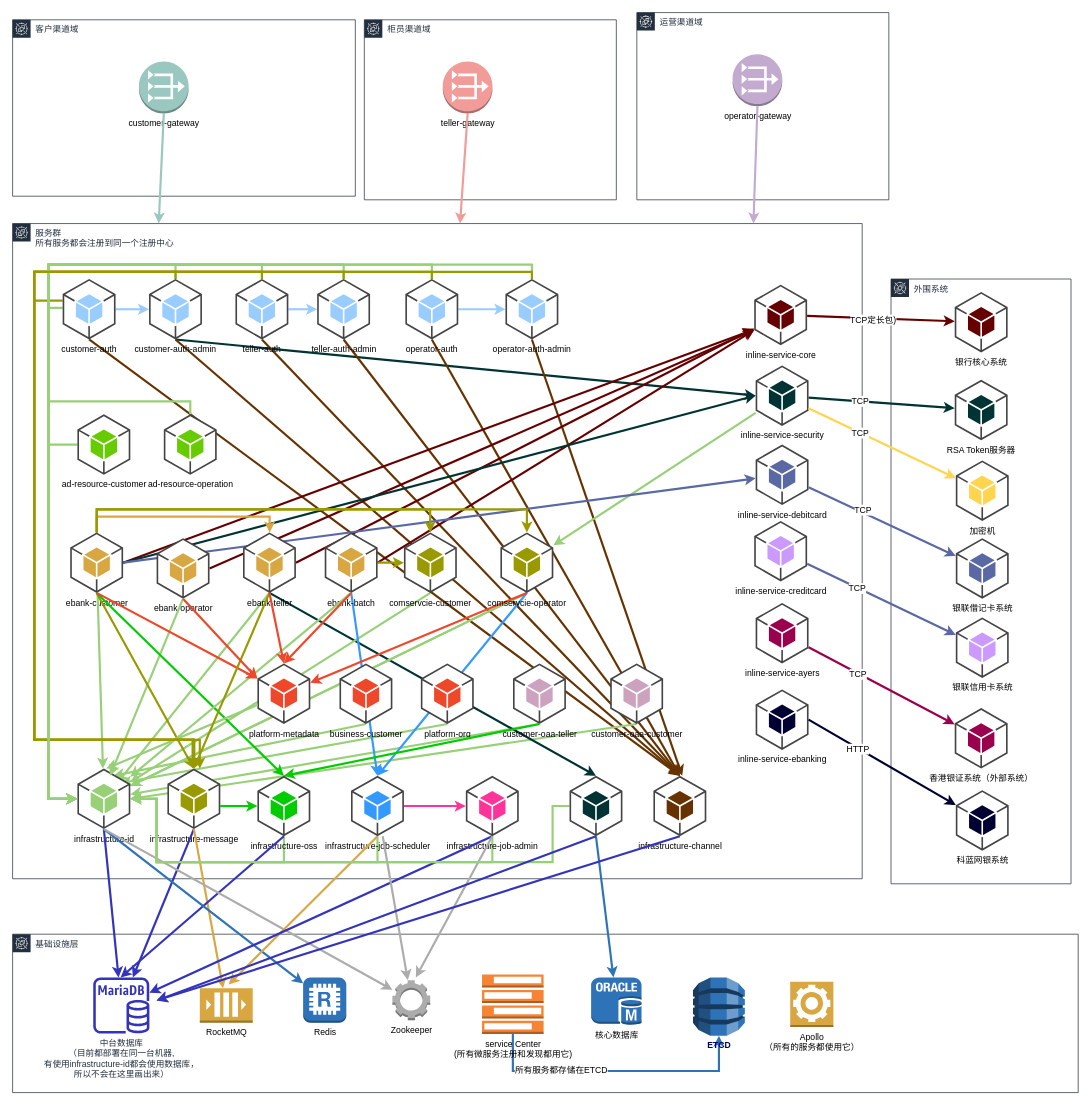
Before: 服务拓扑图.drawio in sam1982/draw, a draw.io diagram. Source tidied: cells renumbered, new cells numbered last; positions are measured from the earlier drawing's top-left corner, leaving out a move shared by most shapes. Both pictures are drawn from the tidied source at 72%, with x=0, y=0 at pixel (12, 12).
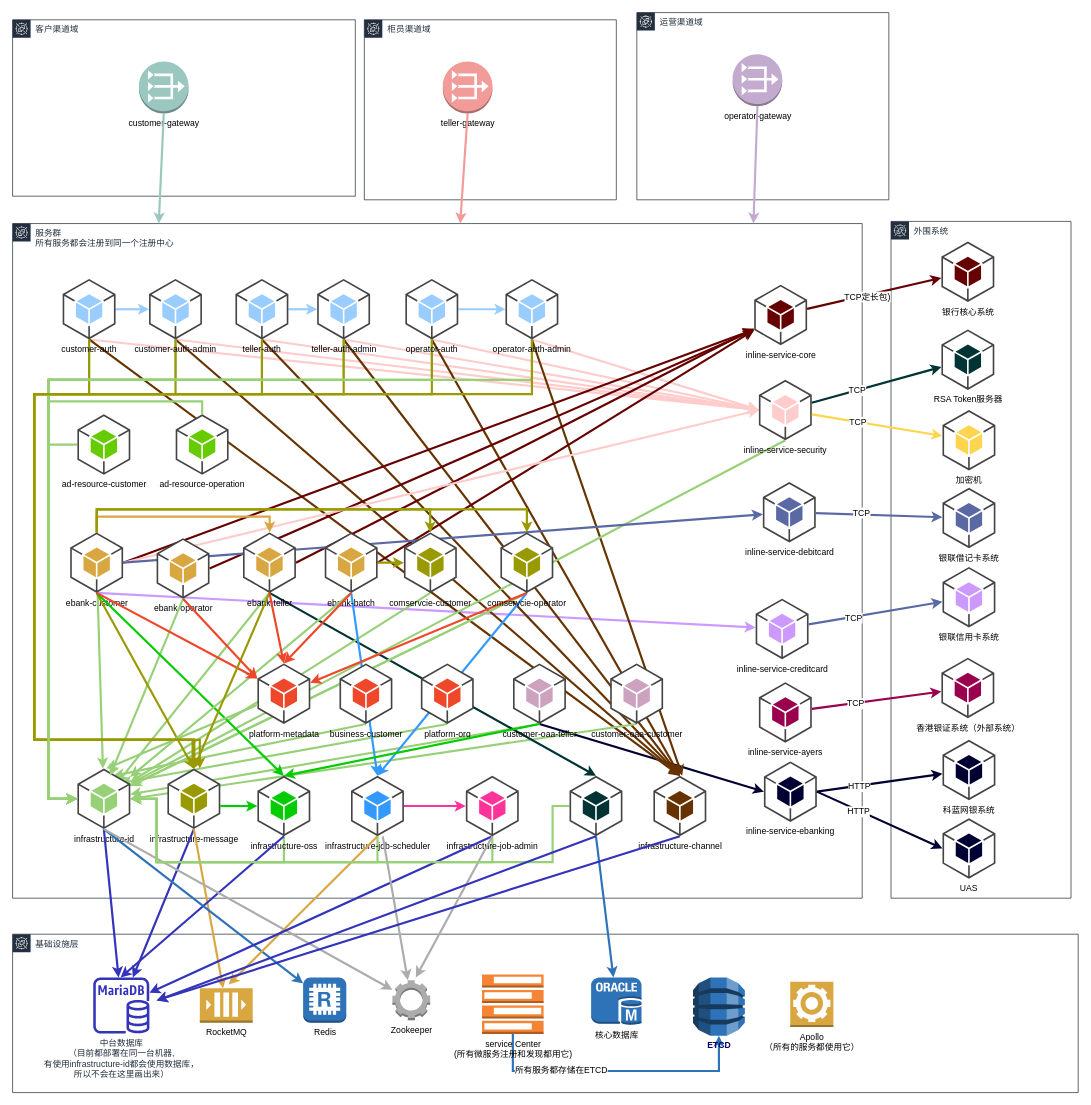
The same page after the edit.

Commit message (it also covers changes not shown here):
更新服务拓扑图.drawio

Unchanged cells that the change refers to:
```xml
<mxCell id="33" value="infrastructure-id" style="outlineConnect=0;dashed=0;verticalLabelPosition=bottom;verticalAlign=top;align=center;html=1;shape=mxgraph.aws3.android;fillColor=#97D077;gradientColor=none;strokeColor=#CCE5FF;" parent="1" vertex="1">
  <mxGeometry x="90" y="1050" width="73.5" height="84" as="geometry" />
</mxCell>
<mxCell id="35" value="infrastructure-message" style="outlineConnect=0;dashed=0;verticalLabelPosition=bottom;verticalAlign=top;align=center;html=1;shape=mxgraph.aws3.android;fillColor=#999900;gradientColor=none;strokeColor=#CCE5FF;" parent="1" vertex="1">
  <mxGeometry x="215" y="1050" width="73.5" height="84" as="geometry" />
</mxCell>
<mxCell id="64" value="ebank-customer" style="outlineConnect=0;dashed=0;verticalLabelPosition=bottom;verticalAlign=top;align=center;html=1;shape=mxgraph.aws3.android;fillColor=#D9A741;strokeColor=#d79b00;" parent="1" vertex="1">
  <mxGeometry x="80" y="722" width="73.5" height="84" as="geometry" />
</mxCell>
<mxCell id="105" value="customer-oaa-teller" style="outlineConnect=0;dashed=0;verticalLabelPosition=bottom;verticalAlign=top;align=center;html=1;shape=mxgraph.aws3.android;fillColor=#CDA2BE;strokeColor=#d79b00;" parent="1" vertex="1">
  <mxGeometry x="695" y="904" width="73.5" height="84" as="geometry" />
</mxCell>
<mxCell id="125" value="customer-auth" style="outlineConnect=0;dashed=0;verticalLabelPosition=bottom;verticalAlign=top;align=center;html=1;shape=mxgraph.aws3.android;fillColor=#99CCFF;gradientColor=none;strokeColor=#CCE5FF;" parent="1" vertex="1">
  <mxGeometry x="69.5" y="370" width="73.5" height="84" as="geometry" />
</mxCell>
<mxCell id="128" value="customer-auth-admin" style="outlineConnect=0;dashed=0;verticalLabelPosition=bottom;verticalAlign=top;align=center;html=1;shape=mxgraph.aws3.android;fillColor=#99CCFF;gradientColor=none;strokeColor=#CCE5FF;" parent="1" vertex="1">
  <mxGeometry x="189.5" y="370" width="73.5" height="84" as="geometry" />
</mxCell>
<mxCell id="132" value="teller-auth" style="outlineConnect=0;dashed=0;verticalLabelPosition=bottom;verticalAlign=top;align=center;html=1;shape=mxgraph.aws3.android;fillColor=#99CCFF;gradientColor=none;strokeColor=#CCE5FF;" parent="1" vertex="1">
  <mxGeometry x="309.5" y="370" width="73.5" height="84" as="geometry" />
</mxCell>
<mxCell id="135" value="teller-auth-admin" style="outlineConnect=0;dashed=0;verticalLabelPosition=bottom;verticalAlign=top;align=center;html=1;shape=mxgraph.aws3.android;fillColor=#99CCFF;gradientColor=none;strokeColor=#CCE5FF;" parent="1" vertex="1">
  <mxGeometry x="423" y="370" width="73.5" height="84" as="geometry" />
</mxCell>
<mxCell id="139" value="operator-auth" style="outlineConnect=0;dashed=0;verticalLabelPosition=bottom;verticalAlign=top;align=center;html=1;shape=mxgraph.aws3.android;fillColor=#99CCFF;gradientColor=none;strokeColor=#CCE5FF;" parent="1" vertex="1">
  <mxGeometry x="545.5" y="370" width="73.5" height="84" as="geometry" />
</mxCell>
<mxCell id="142" value="operator-auth-admin" style="outlineConnect=0;dashed=0;verticalLabelPosition=bottom;verticalAlign=top;align=center;html=1;shape=mxgraph.aws3.android;fillColor=#99CCFF;gradientColor=none;strokeColor=#CCE5FF;" parent="1" vertex="1">
  <mxGeometry x="684.5" y="370" width="73.5" height="84" as="geometry" />
</mxCell>
<mxCell id="145" value="comservcie-operator" style="outlineConnect=0;dashed=0;verticalLabelPosition=bottom;verticalAlign=top;align=center;html=1;shape=mxgraph.aws3.android;fillColor=#999900;strokeColor=#d79b00;" parent="1" vertex="1">
  <mxGeometry x="677.5" y="722" width="73.5" height="84" as="geometry" />
</mxCell>
```

The edit, as a diff of the source:
```diff
@@
     <mxCell id="2" value="&lt;div&gt;服务群&lt;/div&gt;&lt;div&gt;所有服务都会注册到同一个注册中心&lt;br&gt;&lt;/div&gt;" style="outlineConnect=0;gradientColor=none;html=1;whiteSpace=wrap;fontSize=12;fontStyle=0;shape=mxgraph.aws4.group;grIcon=mxgraph.aws4.group_spot_fleet;strokeColor=#232F3E;fillColor=none;verticalAlign=top;align=left;spacingLeft=30;fontColor=#232F3E;dashed=0;" parent="1" vertex="1">
-      <mxGeometry y="293" width="1180" height="910" as="geometry" />
+      <mxGeometry y="293" width="1180" height="937" as="geometry" />
     </mxCell>
+    <mxCell id="155" style="endArrow=classic;html=1;strokeColor=#000033;strokeWidth=3;exitX=0.5;exitY=1;exitDx=0;exitDy=0;exitPerimeter=0;entryX=0;entryY=0.5;entryDx=0;entryDy=0;entryPerimeter=0;" parent="1" edge="1" source="105" target="100">
+      <mxGeometry relative="1" as="geometry" />
+    </mxCell>
+    <mxCell id="156" style="endArrow=classic;html=1;strokeColor=#CC99FF;strokeWidth=3;exitX=0.5;exitY=1;exitDx=0;exitDy=0;exitPerimeter=0;" parent="1" edge="1" source="64" target="101">
+      <mxGeometry relative="1" as="geometry" />
+    </mxCell>
+    <mxCell id="157" style="endArrow=classic;html=1;strokeColor=#FFCCCC;strokeWidth=3;entryX=0;entryY=0.5;entryDx=0;entryDy=0;entryPerimeter=0;exitX=0.5;exitY=1;exitDx=0;exitDy=0;exitPerimeter=0;" parent="1" edge="1" source="125" target="47">
+      <mxGeometry relative="1" as="geometry" />
+    </mxCell>
-    <mxCell id="3" style="endArrow=classic;html=1;strokeColor=#003333;strokeWidth=3;exitX=0.5;exitY=1;exitDx=0;exitDy=0;exitPerimeter=0;entryX=0;entryY=0.5;entryDx=0;entryDy=0;entryPerimeter=0;" parent="1" edge="1" source="128" target="47">
+    <mxCell id="3" style="endArrow=classic;html=1;strokeColor=#FFCCCC;strokeWidth=3;exitX=0.5;exitY=1;exitDx=0;exitDy=0;exitPerimeter=0;entryX=0;entryY=0.5;entryDx=0;entryDy=0;entryPerimeter=0;" parent="1" edge="1" source="128" target="47">
       <mxGeometry relative="1" as="geometry" />
     </mxCell>
+    <mxCell id="158" style="endArrow=classic;html=1;strokeColor=#FFCCCC;strokeWidth=3;exitX=0.5;exitY=1;exitDx=0;exitDy=0;exitPerimeter=0;entryX=0;entryY=0.5;entryDx=0;entryDy=0;entryPerimeter=0;" parent="1" edge="1" source="132" target="47">
+      <mxGeometry relative="1" as="geometry" />
+    </mxCell>
+    <mxCell id="159" style="endArrow=classic;html=1;strokeColor=#FFCCCC;strokeWidth=3;exitX=0.5;exitY=1;exitDx=0;exitDy=0;exitPerimeter=0;entryX=0;entryY=0.5;entryDx=0;entryDy=0;entryPerimeter=0;" parent="1" edge="1" source="135" target="47">
+      <mxGeometry relative="1" as="geometry" />
+    </mxCell>
+    <mxCell id="160" style="endArrow=classic;html=1;strokeColor=#FFCCCC;strokeWidth=3;exitX=0.5;exitY=1;exitDx=0;exitDy=0;exitPerimeter=0;entryX=0;entryY=0.5;entryDx=0;entryDy=0;entryPerimeter=0;" parent="1" edge="1" source="139" target="47">
+      <mxGeometry relative="1" as="geometry" />
+    </mxCell>
+    <mxCell id="161" style="endArrow=classic;html=1;strokeColor=#FFCCCC;strokeWidth=3;exitX=0.5;exitY=1;exitDx=0;exitDy=0;exitPerimeter=0;entryX=0;entryY=0.5;entryDx=0;entryDy=0;entryPerimeter=0;" parent="1" edge="1" source="142" target="47">
+      <mxGeometry relative="1" as="geometry" />
+    </mxCell>
@@
-    <mxCell id="17" style="endArrow=classic;html=1;strokeColor=#003333;strokeWidth=3;exitX=1;exitY=0.5;exitDx=0;exitDy=0;exitPerimeter=0;entryX=0;entryY=0.5;entryDx=0;entryDy=0;entryPerimeter=0;" parent="1" edge="1" source="64" target="47">
+    <mxCell id="17" style="endArrow=classic;html=1;strokeColor=#FFCCCC;strokeWidth=3;exitX=1;exitY=0.5;exitDx=0;exitDy=0;exitPerimeter=0;entryX=0;entryY=0.5;entryDx=0;entryDy=0;entryPerimeter=0;" parent="1" edge="1" source="64" target="47">
       <mxGeometry relative="1" as="geometry" />
     </mxCell>
-    <mxCell id="18" style="endArrow=classic;html=1;strokeColor=#97D077;strokeWidth=3;" parent="1" edge="1" source="47" target="145">
+    <mxCell id="18" style="endArrow=classic;html=1;strokeColor=#97D077;strokeWidth=3;entryX=1;entryY=0.25;entryDx=0;entryDy=0;entryPerimeter=0;exitX=0.5;exitY=1;exitDx=0;exitDy=0;exitPerimeter=0;" parent="1" edge="1" source="47" target="33">
       <mxGeometry relative="1" as="geometry" />
     </mxCell>
@@
-    <mxCell id="47" value="inline-service-security" style="outlineConnect=0;dashed=0;verticalLabelPosition=bottom;verticalAlign=top;align=center;html=1;shape=mxgraph.aws3.android;fillColor=#003333;gradientColor=none;strokeColor=#CCE5FF;" parent="1" vertex="1">
-      <mxGeometry x="1032" y="490" width="73.5" height="84" as="geometry" />
+    <mxCell id="47" value="inline-service-security" style="outlineConnect=0;dashed=0;verticalLabelPosition=bottom;verticalAlign=top;align=center;html=1;shape=mxgraph.aws3.android;fillColor=#FFCCCC;gradientColor=none;strokeColor=#CCE5FF;" parent="1" vertex="1">
+      <mxGeometry x="1036.5" y="510" width="73.5" height="84" as="geometry" />
     </mxCell>
     <mxCell id="48" value="外围系统" style="gradientColor=none;html=1;whiteSpace=wrap;fontSize=12;fontStyle=0;shape=mxgraph.aws4.group;grIcon=mxgraph.aws4.group_spot_fleet;strokeColor=#232F3E;fillColor=none;verticalAlign=top;align=left;spacingLeft=30;fontColor=#232F3E;dashed=0;" parent="1" vertex="1">
-      <mxGeometry x="1220" y="370" width="250" height="840" as="geometry" />
+      <mxGeometry x="1220" y="290" width="250" height="940" as="geometry" />
     </mxCell>
     <mxCell id="49" value="银行核心系统" style="outlineConnect=0;dashed=0;verticalLabelPosition=bottom;verticalAlign=top;align=center;html=1;shape=mxgraph.aws3.android;fillColor=#660000;gradientColor=none;strokeColor=#CCE5FF;" parent="1" vertex="1">
-      <mxGeometry x="1308.5" y="388" width="73.5" height="84" as="geometry" />
+      <mxGeometry x="1290" y="318" width="73.5" height="84" as="geometry" />
     </mxCell>
     <mxCell id="50" value="加密机" style="outlineConnect=0;dashed=0;verticalLabelPosition=bottom;verticalAlign=top;align=center;html=1;shape=mxgraph.aws3.android;fillColor=#FFD44F;gradientColor=none;strokeColor=#CCE5FF;" parent="1" vertex="1">
-      <mxGeometry x="1310" y="622" width="73.5" height="84" as="geometry" />
+      <mxGeometry x="1291.5" y="552" width="73.5" height="84" as="geometry" />
     </mxCell>
@@
     <mxCell id="58" value="银联借记卡系统" style="outlineConnect=0;dashed=0;verticalLabelPosition=bottom;verticalAlign=top;align=center;html=1;shape=mxgraph.aws3.android;fillColor=#5A69A4;gradientColor=none;strokeColor=#CCE5FF;" parent="1" vertex="1">
-      <mxGeometry x="1310" y="730" width="73.5" height="84" as="geometry" />
+      <mxGeometry x="1291.5" y="660" width="73.5" height="84" as="geometry" />
     </mxCell>
@@
     <mxCell id="91" value="inline-service-debitcard" style="outlineConnect=0;dashed=0;verticalLabelPosition=bottom;verticalAlign=top;align=center;html=1;shape=mxgraph.aws3.android;fillColor=#5A69A4;gradientColor=none;strokeColor=#CCE5FF;" parent="1" vertex="1">
-      <mxGeometry x="1032" y="600" width="73.5" height="84" as="geometry" />
+      <mxGeometry x="1042" y="652" width="73.5" height="84" as="geometry" />
     </mxCell>
@@
     <mxCell id="100" value="inline-service-ebanking" style="outlineConnect=0;dashed=0;verticalLabelPosition=bottom;verticalAlign=top;align=center;html=1;shape=mxgraph.aws3.android;fillColor=#000033;gradientColor=none;strokeColor=#CCE5FF;" parent="1" vertex="1">
-      <mxGeometry x="1032" y="940" width="73.5" height="84" as="geometry" />
+      <mxGeometry x="1043.5" y="1040" width="73.5" height="84" as="geometry" />
     </mxCell>
     <mxCell id="101" value="inline-service-creditcard" style="outlineConnect=0;dashed=0;verticalLabelPosition=bottom;verticalAlign=top;align=center;html=1;shape=mxgraph.aws3.android;fillColor=#CC99FF;gradientColor=none;strokeColor=#CCE5FF;" parent="1" vertex="1">
-      <mxGeometry x="1030" y="706" width="73.5" height="84" as="geometry" />
+      <mxGeometry x="1032" y="814" width="73.5" height="84" as="geometry" />
     </mxCell>
@@
     <mxCell id="103" value="inline-service-ayers" style="outlineConnect=0;dashed=0;verticalLabelPosition=bottom;verticalAlign=top;align=center;html=1;shape=mxgraph.aws3.android;fillColor=#99004D;gradientColor=none;strokeColor=#CCE5FF;" parent="1" vertex="1">
-      <mxGeometry x="1032" y="820" width="73.5" height="84" as="geometry" />
+      <mxGeometry x="1036.5" y="930" width="73.5" height="84" as="geometry" />
     </mxCell>
     <mxCell id="104" value="银联信用卡系统" style="outlineConnect=0;dashed=0;verticalLabelPosition=bottom;verticalAlign=top;align=center;html=1;shape=mxgraph.aws3.android;fillColor=#CC99FF;gradientColor=none;strokeColor=#CCE5FF;" parent="1" vertex="1">
-      <mxGeometry x="1310" y="840" width="73.5" height="84" as="geometry" />
+      <mxGeometry x="1291.5" y="770" width="73.5" height="84" as="geometry" />
     </mxCell>
@@
     <mxCell id="108" value="香港银证系统（外部系统）" style="outlineConnect=0;dashed=0;verticalLabelPosition=bottom;verticalAlign=top;align=center;html=1;shape=mxgraph.aws3.android;fillColor=#99004D;gradientColor=none;strokeColor=#CCE5FF;" parent="1" vertex="1">
-      <mxGeometry x="1308.5" y="966" width="73.5" height="84" as="geometry" />
+      <mxGeometry x="1290" y="896" width="73.5" height="84" as="geometry" />
     </mxCell>
@@
     <mxCell id="115" value="科蓝网银系统" style="outlineConnect=0;dashed=0;verticalLabelPosition=bottom;verticalAlign=top;align=center;html=1;shape=mxgraph.aws3.android;fillColor=#000033;gradientColor=none;strokeColor=#CCE5FF;" parent="1" vertex="1">
-      <mxGeometry x="1310" y="1080" width="73.5" height="84" as="geometry" />
+      <mxGeometry x="1291.5" y="1010" width="73.5" height="84" as="geometry" />
     </mxCell>
+    <mxCell id="162" value="UAS" style="outlineConnect=0;dashed=0;verticalLabelPosition=bottom;verticalAlign=top;align=center;html=1;shape=mxgraph.aws3.android;fillColor=#000033;gradientColor=none;strokeColor=#CCE5FF;" parent="1" vertex="1">
+      <mxGeometry x="1291.5" y="1119" width="73.5" height="84" as="geometry" />
+    </mxCell>
@@
     <mxCell id="118" value="RSA Token服务器" style="outlineConnect=0;dashed=0;verticalLabelPosition=bottom;verticalAlign=top;align=center;html=1;shape=mxgraph.aws3.android;fillColor=#003333;gradientColor=none;strokeColor=#CCE5FF;" parent="1" vertex="1">
-      <mxGeometry x="1308.5" y="510" width="73.5" height="84" as="geometry" />
+      <mxGeometry x="1290" y="440" width="73.5" height="84" as="geometry" />
     </mxCell>
@@
     <mxCell id="122" style="edgeStyle=orthogonalEdgeStyle;rounded=0;jettySize=auto;html=1;strokeColor=#97D077;strokeWidth=3;" parent="1" edge="1" source="125" target="33">
       <mxGeometry relative="1" as="geometry">
         <Array as="points">
-          <mxPoint x="117" y="410" />
-          <mxPoint x="50" y="410" />
+          <mxPoint x="106" y="510" />
+          <mxPoint x="50" y="510" />
           <mxPoint x="50" y="1092" />
         </Array>
       </mxGeometry>
     </mxCell>
     <mxCell id="123" style="edgeStyle=orthogonalEdgeStyle;rounded=0;jettySize=auto;html=1;strokeColor=#999900;strokeWidth=3;" parent="1" edge="1" source="125">
       <mxGeometry relative="1" as="geometry">
         <mxPoint x="260" y="1050" as="targetPoint" />
         <Array as="points">
-          <mxPoint x="117" y="400" />
-          <mxPoint x="30" y="400" />
+          <mxPoint x="106" y="530" />
+          <mxPoint x="30" y="530" />
           <mxPoint x="30" y="1010" />
-          <mxPoint x="252" y="1010" />
+          <mxPoint x="260" y="1010" />
         </Array>
       </mxGeometry>
     </mxCell>
@@
     <mxCell id="126" style="edgeStyle=orthogonalEdgeStyle;rounded=0;jettySize=auto;html=1;strokeColor=#97D077;strokeWidth=3;" parent="1" edge="1" source="128" target="33">
       <mxGeometry relative="1" as="geometry">
         <Array as="points">
-          <mxPoint x="226" y="350" />
-          <mxPoint x="50" y="350" />
+          <mxPoint x="226" y="510" />
+          <mxPoint x="50" y="510" />
           <mxPoint x="50" y="1092" />
         </Array>
       </mxGeometry>
     </mxCell>
     <mxCell id="127" style="edgeStyle=orthogonalEdgeStyle;rounded=0;jettySize=auto;html=1;strokeColor=#999900;strokeWidth=3;" parent="1" edge="1" source="128">
       <mxGeometry relative="1" as="geometry">
         <mxPoint x="252" y="1050" as="targetPoint" />
         <Array as="points">
-          <mxPoint x="226" y="360" />
-          <mxPoint x="30" y="360" />
+          <mxPoint x="226" y="530" />
+          <mxPoint x="30" y="530" />
           <mxPoint x="30" y="1010" />
           <mxPoint x="252" y="1010" />
         </Array>
       </mxGeometry>
     </mxCell>
@@
     <mxCell id="129" style="edgeStyle=orthogonalEdgeStyle;rounded=0;jettySize=auto;html=1;strokeColor=#97D077;strokeWidth=3;" parent="1" edge="1" source="132" target="33">
       <mxGeometry relative="1" as="geometry">
         <Array as="points">
-          <mxPoint x="346" y="350" />
-          <mxPoint x="50" y="350" />
+          <mxPoint x="346" y="510" />
+          <mxPoint x="50" y="510" />
           <mxPoint x="50" y="1092" />
         </Array>
       </mxGeometry>
     </mxCell>
     <mxCell id="130" style="edgeStyle=orthogonalEdgeStyle;rounded=0;jettySize=auto;html=1;strokeColor=#999900;strokeWidth=3;" parent="1" edge="1" source="132" target="35">
       <mxGeometry relative="1" as="geometry">
         <Array as="points">
-          <mxPoint x="346" y="360" />
-          <mxPoint x="30" y="360" />
+          <mxPoint x="346" y="530" />
+          <mxPoint x="30" y="530" />
           <mxPoint x="30" y="1010" />
           <mxPoint x="252" y="1010" />
         </Array>
       </mxGeometry>
     </mxCell>
@@
     <mxCell id="133" style="edgeStyle=orthogonalEdgeStyle;rounded=0;jettySize=auto;html=1;entryX=0;entryY=0.5;entryDx=0;entryDy=0;entryPerimeter=0;strokeColor=#97D077;strokeWidth=3;" parent="1" edge="1" source="135" target="33">
       <mxGeometry relative="1" as="geometry">
         <Array as="points">
-          <mxPoint x="460" y="350" />
-          <mxPoint x="50" y="350" />
+          <mxPoint x="460" y="510" />
+          <mxPoint x="50" y="510" />
           <mxPoint x="50" y="1092" />
         </Array>
       </mxGeometry>
     </mxCell>
     <mxCell id="134" style="edgeStyle=orthogonalEdgeStyle;rounded=0;jettySize=auto;html=1;strokeColor=#999900;strokeWidth=3;" parent="1" edge="1" source="135" target="35">
       <mxGeometry relative="1" as="geometry">
         <Array as="points">
-          <mxPoint x="460" y="360" />
-          <mxPoint x="30" y="360" />
+          <mxPoint x="460" y="530" />
+          <mxPoint x="30" y="530" />
           <mxPoint x="30" y="1010" />
           <mxPoint x="252" y="1010" />
         </Array>
       </mxGeometry>
     </mxCell>
@@
     <mxCell id="136" style="edgeStyle=orthogonalEdgeStyle;rounded=0;jettySize=auto;html=1;strokeColor=#97D077;strokeWidth=3;" parent="1" edge="1" source="139" target="33">
       <mxGeometry relative="1" as="geometry">
         <Array as="points">
-          <mxPoint x="582" y="350" />
-          <mxPoint x="50" y="350" />
+          <mxPoint x="582" y="510" />
+          <mxPoint x="50" y="510" />
           <mxPoint x="50" y="1092" />
         </Array>
       </mxGeometry>
     </mxCell>
     <mxCell id="137" style="edgeStyle=orthogonalEdgeStyle;rounded=0;jettySize=auto;html=1;strokeColor=#999900;strokeWidth=3;" parent="1" edge="1" source="139" target="35">
       <mxGeometry relative="1" as="geometry">
         <Array as="points">
-          <mxPoint x="582" y="360" />
-          <mxPoint x="30" y="360" />
+          <mxPoint x="582" y="530" />
+          <mxPoint x="30" y="530" />
           <mxPoint x="30" y="1010" />
           <mxPoint x="252" y="1010" />
         </Array>
       </mxGeometry>
     </mxCell>
@@
     <mxCell id="140" style="edgeStyle=orthogonalEdgeStyle;rounded=0;jettySize=auto;html=1;strokeColor=#97D077;strokeWidth=3;" parent="1" edge="1" source="142" target="33">
       <mxGeometry relative="1" as="geometry">
         <Array as="points">
-          <mxPoint x="721" y="350" />
-          <mxPoint x="50" y="350" />
+          <mxPoint x="721" y="510" />
+          <mxPoint x="50" y="510" />
           <mxPoint x="50" y="1092" />
         </Array>
       </mxGeometry>
     </mxCell>
     <mxCell id="141" style="edgeStyle=orthogonalEdgeStyle;rounded=0;jettySize=auto;html=1;strokeColor=#999900;strokeWidth=3;" parent="1" edge="1" source="142">
       <mxGeometry relative="1" as="geometry">
         <mxPoint x="250" y="1050" as="targetPoint" />
         <Array as="points">
-          <mxPoint x="721" y="360" />
-          <mxPoint x="30" y="360" />
+          <mxPoint x="721" y="530" />
+          <mxPoint x="30" y="530" />
           <mxPoint x="30" y="1010" />
           <mxPoint x="250" y="1010" />
         </Array>
       </mxGeometry>
     </mxCell>
@@
     <mxCell id="143" style="edgeStyle=orthogonalEdgeStyle;rounded=0;jettySize=auto;html=1;entryX=0;entryY=0.5;entryDx=0;entryDy=0;entryPerimeter=0;strokeColor=#97D077;strokeWidth=3;" parent="1" edge="1" source="144" target="33">
       <mxGeometry relative="1" as="geometry">
         <Array as="points">
-          <mxPoint x="247" y="540" />
+          <mxPoint x="263" y="540" />
           <mxPoint x="50" y="540" />
           <mxPoint x="50" y="1092" />
         </Array>
       </mxGeometry>
     </mxCell>
     <mxCell id="144" value="ad-resource-operation" style="outlineConnect=0;dashed=0;verticalLabelPosition=bottom;verticalAlign=top;align=center;html=1;shape=mxgraph.aws3.android;fillColor=#66CC00;strokeColor=#d79b00;" parent="1" vertex="1">
-      <mxGeometry x="210" y="558" width="73.5" height="84" as="geometry" />
+      <mxGeometry x="226.5" y="558" width="73.5" height="84" as="geometry" />
     </mxCell>
@@
+    <mxCell id="163" style="endArrow=classic;html=1;strokeColor=#000033;strokeWidth=3;fillColor=#3333FF;exitX=1;exitY=0.5;exitDx=0;exitDy=0;exitPerimeter=0;entryX=0;entryY=0.5;entryDx=0;entryDy=0;entryPerimeter=0;" parent="1" edge="1" source="100" target="162">
+      <mxGeometry relative="1" as="geometry" />
+    </mxCell>
+    <mxCell id="164" value="HTTP" style="text;html=1;align=center;verticalAlign=middle;labelBackgroundColor=#ffffff;" parent="163" vertex="1">
+      <mxGeometry x="-0.33" y="-1" relative="1" as="geometry" />
+    </mxCell>
```
